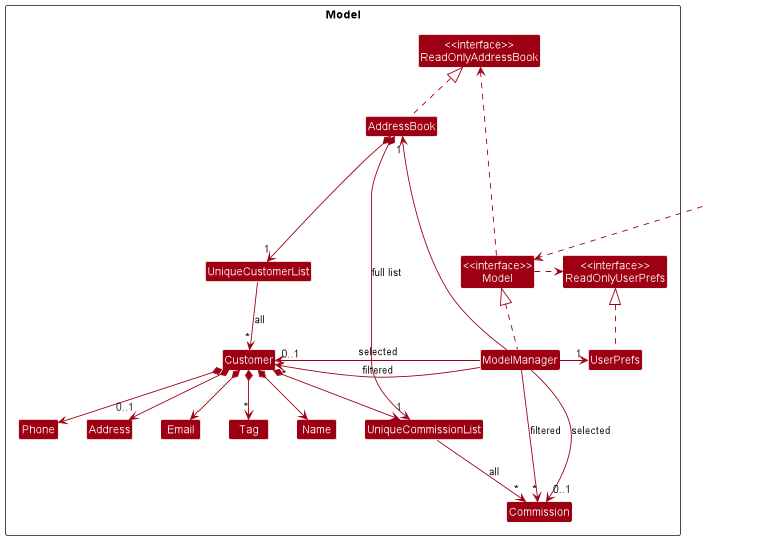
The PlantUML diagram docs/images/ModelClassDiagram.png in nus-cs2103-AY2223S1/tp, before a commit. Its source is kept beside it as docs/diagrams/ModelClassDiagram.puml.
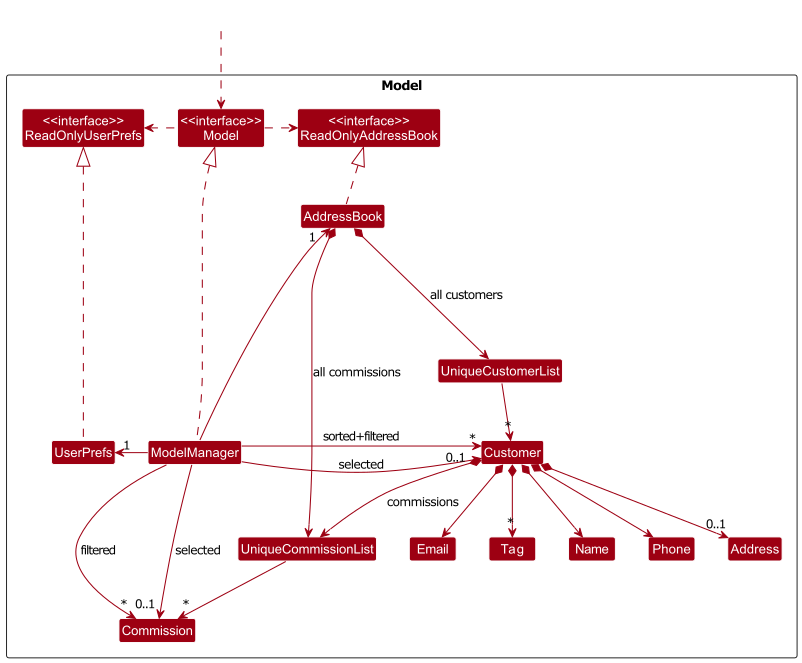
The same diagram one commit later.

Commit message:
Update `Model` details in DG and update `ModelClassDiagram`

Change to the diagram source:
```diff
@@ -29,30 +29,33 @@
 AddressBook .up.|> ReadOnlyAddressBook
 
 ModelManager .up.|> Model
-Model .right.> ReadOnlyUserPrefs
-Model .left.> ReadOnlyAddressBook
+Model .left.> ReadOnlyUserPrefs
+Model .right.> ReadOnlyAddressBook
 ModelManager -left-> "1" AddressBook
 ModelManager -right-> "1" UserPrefs
 UserPrefs .up.|> ReadOnlyUserPrefs
 
-AddressBook *---> "1" UniqueCustomerList
-UniqueCustomerList -down-> "~*" Customer: all
+AddressBook *---> UniqueCustomerList: all customers
+AddressBook *---> UniqueCommissionList: all commissions
+UniqueCustomerList -down-> "~*" Customer
 Customer *--> Name
 Customer *--> Phone
 Customer *--> Email
 Customer *--> "0..1" Address
 Customer *--> "*" Tag
-Customer *--> UniqueCommissionList
+Customer *-> UniqueCommissionList : commissions
 
 ModelManager -> "~*" Commission : filtered
 ModelManager -> "0..1" Commission : selected
-ModelManager -----> "\n0..1" Customer : selected
+ModelManager -> "0..1" Customer : selected
 
-UniqueCommissionList --> "~*" Commission : all
+UniqueCommissionList --> "~*" Commission
+ModelManager -> "~*" Customer: sorted+filtered
 
 Name -[hidden]right-> Phone
 Phone -[hidden]right-> Address
 Address -[hidden]right-> Email
+Email -[hidden]right-> Tag
+Tag -[hidden]right-> UniqueCommissionList
 
-ModelManager -> "~*" Customer: filtered
 @enduml
```
